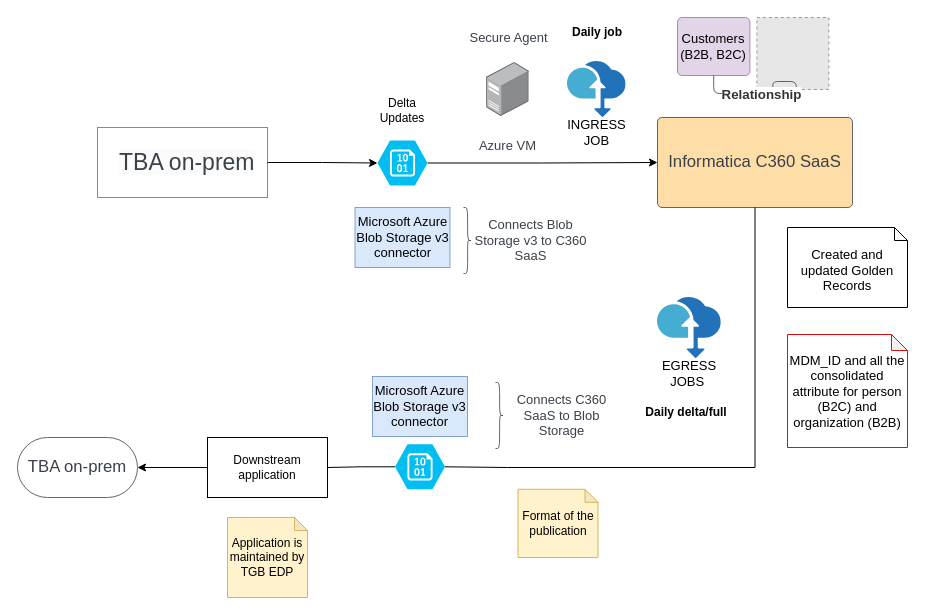
This is page "option-1" (1 of 4) of tbul.drawio from biswarup81/drawings, a draw.io file, before an edit. Source tidied: cells renumbered, new cells numbered last; positions are measured from the earlier drawing's top-left corner, leaving out a move shared by most shapes. Both pictures are drawn from the tidied source at 100%, with x=0, y=0 at pixel (17, 17). Pictures stored in the file or linked from it are replaced by grey dashed boxes.
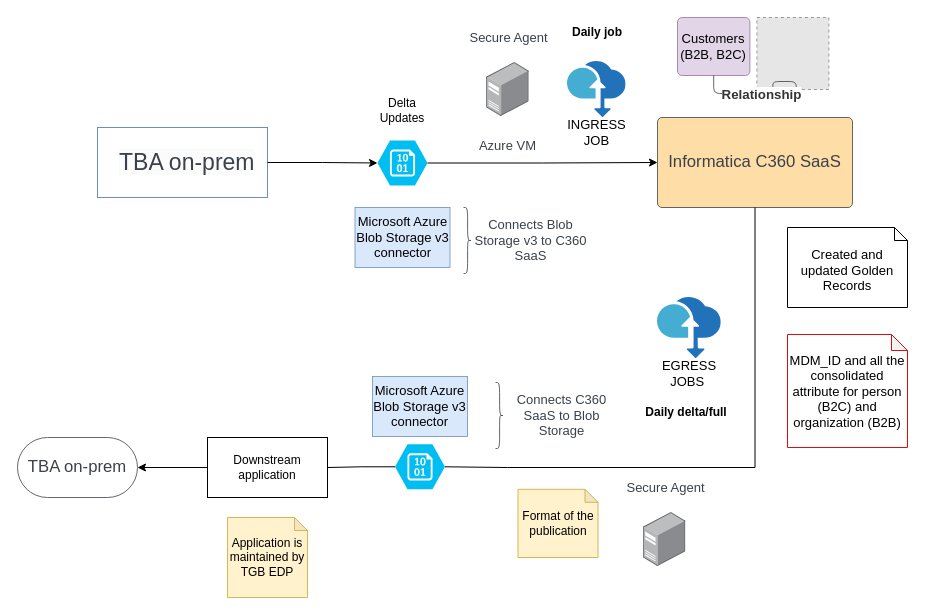
The same page after the edit.

Change to the diagram source:
```diff
@@
+    <mxCell id="38" value="Secure Agent" style="strokeColor=none;fillColor=none;whiteSpace=wrap;fontSize=13;fontColor=#3a414a;spacing=3.8;strokeOpacity=100;rounded=1;absoluteArcSize=1;arcSize=9;strokeWidth=0.8;" parent="1" vertex="1">
+      <mxGeometry x="590" y="450" width="116.8" height="40" as="geometry" />
+    </mxCell>
+    <mxCell id="39" style="image;html=1;align=center;shadow=0;dashed=0;image=img/lib/allied_telesis/computer_and_terminals/Server_Desktop.svg;" parent="1" vertex="1">
+      <mxGeometry x="625.8" y="495" width="42.6" height="54" as="geometry" />
+    </mxCell>
```
